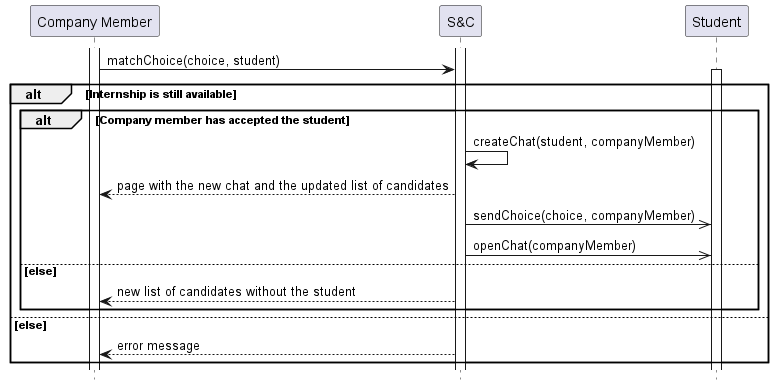
This is RASD/Specific_requirements/uml_diagrams/UC19_diagram.png from matti8702/R_and_DD_project_SE2, a PlantUML export, as it was before one commit. Its diagram source:
```plantuml
@startuml UC19_diagram
hide footbox

participant "Company Member" as CM
participant "S&C" AS S
participant "Student" as ST

activate CM
activate S
CM -> S: matchChoice(choice, student)
alt Internship is still available
    activate ST
    alt Company member has accepted the student
        S -> S  : createChat(student, companyMember)
        S --> CM : page with the new chat and the updated list of candidates
        S ->> ST : sendChoice(choice, companyMember)
        S ->> ST : openChat(companyMember)
    else else
        S --> CM : new list of candidates without the student
    end
else else
    S --> CM: error message
end
@enduml
```
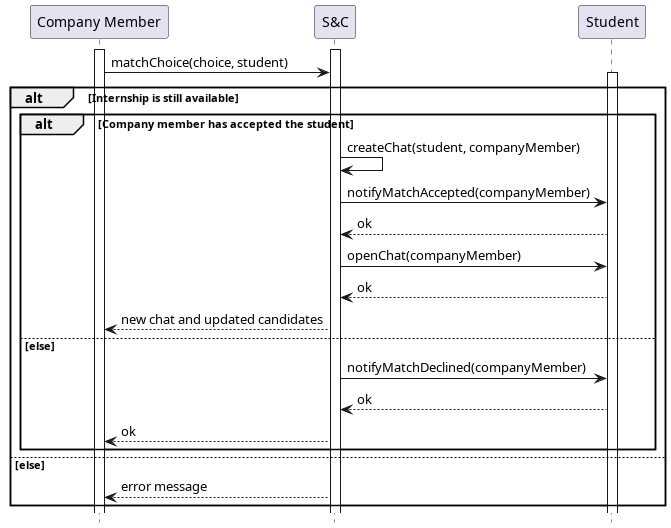
The same file after the commit.

Change to the diagram source:
```diff
@@ -12,11 +12,15 @@
     activate ST
     alt Company member has accepted the student
         S -> S  : createChat(student, companyMember)
-        S --> CM : page with the new chat and the updated list of candidates
-        S ->> ST : sendChoice(choice, companyMember)
-        S ->> ST : openChat(companyMember)
+        S -> ST : notifyMatchAccepted(companyMember)
+        ST --> S : ok
+        S -> ST : openChat(companyMember)
+        ST --> S: ok
+        S --> CM : new chat and updated candidates
     else else
-        S --> CM : new list of candidates without the student
+        S -> ST : notifyMatchDeclined(companyMember)
+        ST --> S : ok
+        S --> CM : ok
     end
 else else
     S --> CM: error message
```
